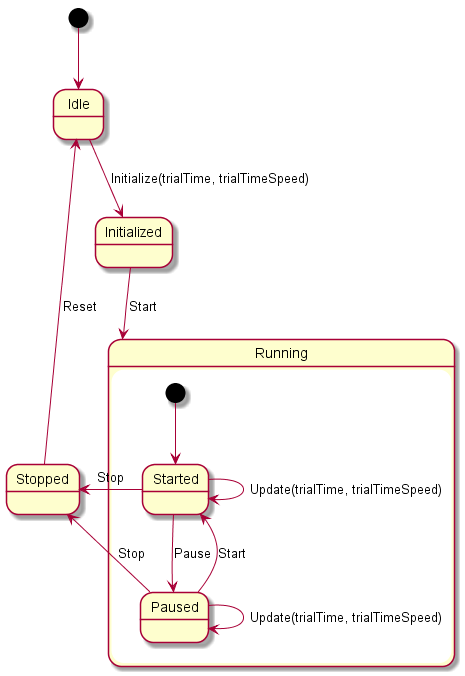
This is out/doc/uml/statediagram/statediagram.png from DRIVER-EU/test-bed-time-service, a PlantUML export, as it was before one commit. Its diagram source:
```plantuml
@startuml
[*] --> Idle
Idle -down-> Initialized : Initialize(trialTime, trialTimeSpeed)
Initialized -down-> Running : Start

state Running {
    [*] --> Started
    Started --> Paused : Pause
    Paused --> Started : Start
    Started --> Started : Update(trialTime, trialTimeSpeed)
    Paused --> Paused : Update(trialTime, trialTimeSpeed)

}

Started -left-> Stopped : Stop
Paused -left-> Stopped : Stop
Stopped -up-> Idle : Reset
@enduml
```
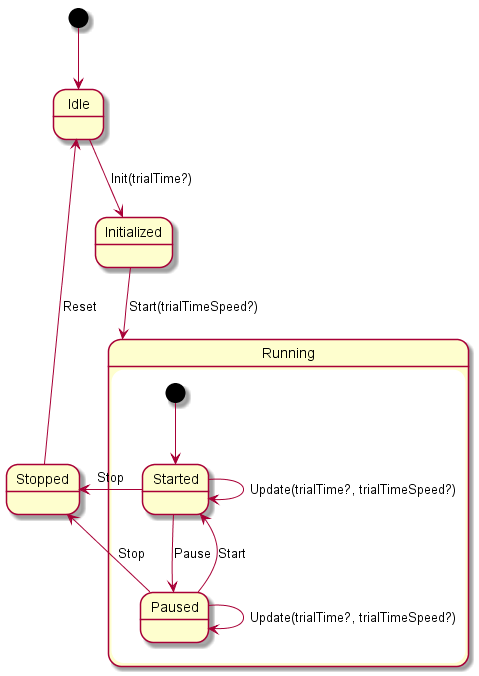
The same file after the commit.

Commit message:
updated state diagram

What changed in the source:
```diff
@@ -1,14 +1,14 @@
 @startuml
 [*] --> Idle
-Idle -down-> Initialized : Initialize(trialTime, trialTimeSpeed)
-Initialized -down-> Running : Start
+Idle -down-> Initialized : Init(trialTime?)
+Initialized -down-> Running : Start(trialTimeSpeed?)
 
 state Running {
     [*] --> Started
     Started --> Paused : Pause
     Paused --> Started : Start
-    Started --> Started : Update(trialTime, trialTimeSpeed)
-    Paused --> Paused : Update(trialTime, trialTimeSpeed)
+    Started --> Started : Update(trialTime?, trialTimeSpeed?)
+    Paused --> Paused : Update(trialTime?, trialTimeSpeed?)
 
 }
 
```
